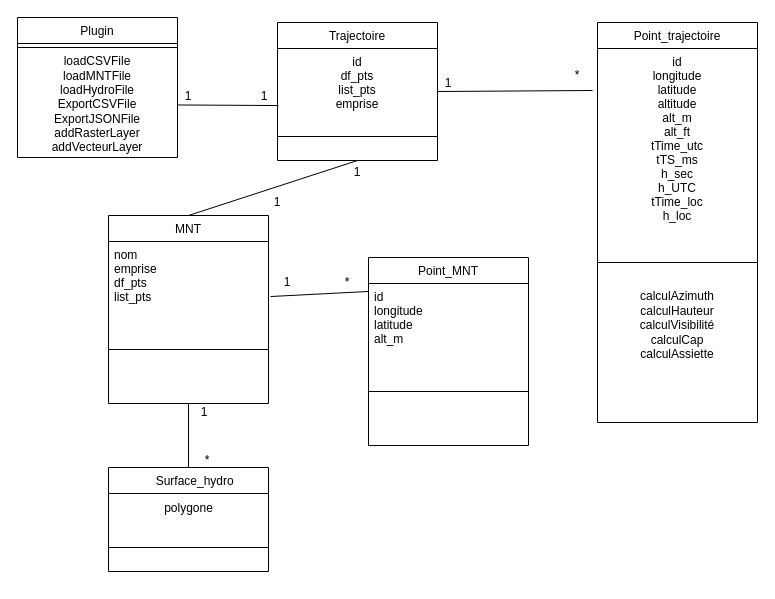
Before: Diagramme2classes.drawio in PaulCllch/BEA, a draw.io diagram. Source tidied: cells renumbered, new cells numbered last; positions are measured from the earlier drawing's top-left corner, leaving out a move shared by most shapes. Both pictures are drawn from the tidied source at 100%, with x=0, y=0 at pixel (17, 17).
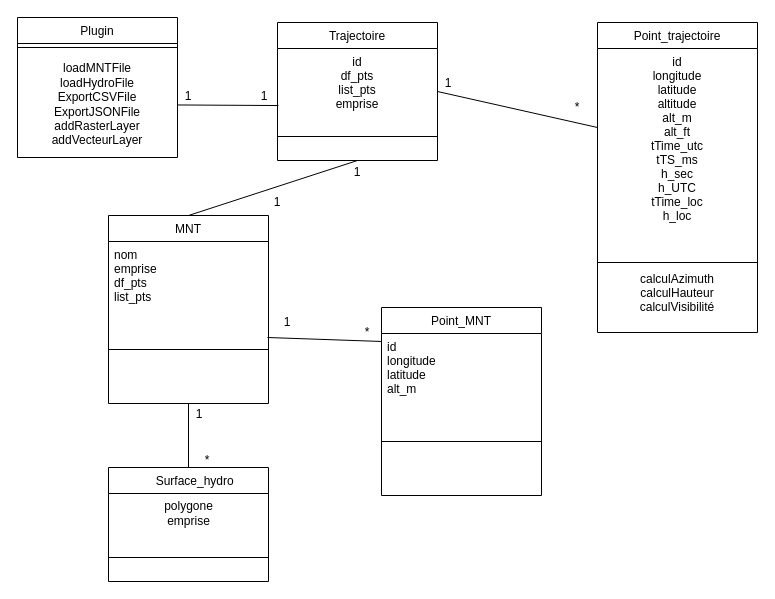
The same diagram, later.

Commit message:
Mettre à jour Diagramme2classes.drawio

Unchanged cells that the change refers to:
```xml
<mxCell id="6" value="nom&#10;emprise&#10;df_pts&#10;list_pts&#10;&#10;&#10;" style="text;align=left;verticalAlign=top;spacingLeft=4;spacingRight=4;overflow=hidden;points=[[0,0.5],[1,0.5]];portConstraint=eastwest;" parent="5" vertex="1">
  <mxGeometry y="26" width="160" height="84" as="geometry" />
</mxCell>
<mxCell id="9" value="id&#10;longitude&#10;latitude&#10;altitude&#10;alt_m&#10;alt_ft&#10;tTime_utc&#10;tTS_ms&#10;h_sec&#10;h_UTC&#10;tTime_loc&#10;h_loc" style="text;align=center;verticalAlign=top;spacingLeft=4;spacingRight=4;overflow=hidden;points=[[0,0.5],[1,0.5]];portConstraint=eastwest;" parent="8" vertex="1">
  <mxGeometry y="26" width="160" height="194" as="geometry" />
</mxCell>
<mxCell id="14" value="Plugin" style="swimlane;fontStyle=0;align=center;verticalAlign=top;horizontal=1;startSize=26;rounded=0;shadow=0;strokeWidth=1;" parent="1" vertex="1">
  <mxGeometry width="160" height="140" as="geometry" />
</mxCell>
<mxCell id="25" value="id&#10;longitude&#10;latitude&#10;alt_m&#10;" style="text;align=left;verticalAlign=top;spacingLeft=4;spacingRight=4;overflow=hidden;points=[[0,0.5],[1,0.5]];portConstraint=eastwest;" parent="24" vertex="1">
  <mxGeometry y="26" width="160" height="84" as="geometry" />
</mxCell>
```

What changed in the source:
```diff
@@
     <mxCell id="8" value="Point_trajectoire" style="swimlane;fontStyle=0;align=center;verticalAlign=top;horizontal=1;startSize=26;rounded=0;shadow=0;strokeWidth=1;" parent="1" vertex="1">
-      <mxGeometry x="580" y="5" width="160" height="400" as="geometry" />
+      <mxGeometry x="580" y="5" width="160" height="310" as="geometry" />
     </mxCell>
@@
-    <mxCell id="11" value="&lt;div&gt;calculAzimuth&lt;/div&gt;&lt;div&gt;calculHauteur&lt;/div&gt;&lt;div&gt;calculVisibilité&lt;br&gt;&lt;/div&gt;&lt;div&gt;calculCap&lt;/div&gt;&lt;div&gt;calculAssiette&lt;/div&gt;&lt;div&gt;&lt;br&gt;&lt;/div&gt;" style="text;html=1;align=center;verticalAlign=middle;whiteSpace=wrap;rounded=0;" parent="8" vertex="1">
-      <mxGeometry y="260" width="160" height="100" as="geometry" />
+    <mxCell id="11" value="&lt;div&gt;calculAzimuth&lt;/div&gt;&lt;div&gt;calculHauteur&lt;/div&gt;&lt;div&gt;calculVisibilité&lt;br&gt;&lt;/div&gt;&lt;div&gt;&lt;br&gt;&lt;/div&gt;&lt;div&gt;&lt;br&gt;&lt;/div&gt;" style="text;html=1;align=center;verticalAlign=middle;whiteSpace=wrap;rounded=0;" parent="8" vertex="1">
+      <mxGeometry y="260" width="160" height="50" as="geometry" />
     </mxCell>
@@
-    <mxCell id="16" value="&lt;div&gt;loadCSVFile&lt;/div&gt;&lt;div&gt;loadMNTFile&lt;/div&gt;&lt;div&gt;loadHydroFile&lt;br&gt;&lt;/div&gt;&lt;div&gt;ExportCSVFile&lt;/div&gt;&lt;div&gt;ExportJSONFile&lt;/div&gt;&lt;div&gt;addRasterLayer&lt;/div&gt;&lt;div&gt;addVecteurLayer&lt;br&gt;&lt;/div&gt;" style="text;html=1;align=center;verticalAlign=middle;whiteSpace=wrap;rounded=0;" parent="14" vertex="1">
+    <mxCell id="16" value="&lt;div&gt;&lt;span style=&quot;background-color: initial;&quot;&gt;loadMNTFile&lt;/span&gt;&lt;/div&gt;&lt;div&gt;loadHydroFile&lt;br&gt;&lt;/div&gt;&lt;div&gt;ExportCSVFile&lt;/div&gt;&lt;div&gt;ExportJSONFile&lt;/div&gt;&lt;div&gt;addRasterLayer&lt;/div&gt;&lt;div&gt;addVecteurLayer&lt;br&gt;&lt;/div&gt;" style="text;html=1;align=center;verticalAlign=middle;whiteSpace=wrap;rounded=0;" parent="14" vertex="1">
       <mxGeometry y="34" width="160" height="106" as="geometry" />
     </mxCell>
@@
-    <mxCell id="18" style="endArrow=none;html=1;rounded=0;entryX=0.75;entryY=1;entryDx=0;entryDy=0;" parent="1" edge="1" target="20">
+    <mxCell id="18" style="endArrow=none;html=1;rounded=0;" parent="1" edge="1" target="9">
       <mxGeometry relative="1" as="geometry">
         <mxPoint x="420" y="74" as="sourcePoint" />
       </mxGeometry>
     </mxCell>
@@
     <mxCell id="20" value="*" style="text;html=1;align=center;verticalAlign=middle;whiteSpace=wrap;rounded=0;" parent="1" vertex="1">
-      <mxGeometry x="530" y="43" width="60" height="30" as="geometry" />
+      <mxGeometry x="530" y="75" width="60" height="30" as="geometry" />
     </mxCell>
@@
     <mxCell id="24" value="Point_MNT" style="swimlane;fontStyle=0;align=center;verticalAlign=top;horizontal=1;startSize=26;rounded=0;shadow=0;strokeWidth=1;" parent="1" vertex="1">
-      <mxGeometry x="351" y="240" width="160" height="188" as="geometry" />
+      <mxGeometry x="364" y="290" width="160" height="188" as="geometry" />
     </mxCell>
@@
-    <mxCell id="27" style="endArrow=none;html=1;rounded=0;exitX=1.013;exitY=0.655;exitDx=0;exitDy=0;exitPerimeter=0;entryX=0;entryY=0.095;entryDx=0;entryDy=0;entryPerimeter=0;" parent="1" edge="1" source="6" target="25">
-      <mxGeometry relative="1" as="geometry" />
+    <mxCell id="27" style="endArrow=none;html=1;rounded=0;entryX=0;entryY=0.095;entryDx=0;entryDy=0;entryPerimeter=0;" parent="1" edge="1" target="25">
+      <mxGeometry relative="1" as="geometry">
+        <mxPoint x="250" y="320" as="sourcePoint" />
+      </mxGeometry>
     </mxCell>
     <mxCell id="28" value="1" style="text;html=1;align=center;verticalAlign=middle;whiteSpace=wrap;rounded=0;" parent="1" vertex="1">
-      <mxGeometry x="240" y="250" width="60" height="30" as="geometry" />
+      <mxGeometry x="240" y="290" width="60" height="30" as="geometry" />
     </mxCell>
     <mxCell id="29" value="*" style="text;html=1;align=center;verticalAlign=middle;whiteSpace=wrap;rounded=0;" parent="1" vertex="1">
-      <mxGeometry x="300" y="250" width="60" height="30" as="geometry" />
+      <mxGeometry x="320" y="300" width="60" height="30" as="geometry" />
     </mxCell>
     <mxCell id="30" value="    Surface_hydro" style="swimlane;fontStyle=0;align=center;verticalAlign=top;horizontal=1;startSize=26;rounded=0;shadow=0;strokeWidth=1;" parent="1" vertex="1">
-      <mxGeometry x="91" y="450" width="160" height="104" as="geometry" />
+      <mxGeometry x="91" y="450" width="160" height="114" as="geometry" />
     </mxCell>
-    <mxCell id="31" value="polygone" style="text;html=1;align=center;verticalAlign=middle;strokeColor=none;fillColor=none;" parent="30" vertex="1">
-      <mxGeometry y="26" width="160" height="30" as="geometry" />
+    <mxCell id="31" value="polygone&lt;div&gt;emprise&lt;/div&gt;" style="text;html=1;align=center;verticalAlign=middle;strokeColor=none;fillColor=none;" parent="30" vertex="1">
+      <mxGeometry y="26" width="160" height="40" as="geometry" />
     </mxCell>
     <mxCell id="32" style="line;html=1;strokeWidth=1;align=left;verticalAlign=middle;spacingTop=-1;spacingLeft=3;spacingRight=3;labelPosition=right;" parent="30" vertex="1">
-      <mxGeometry y="56" width="160" height="48" as="geometry" />
+      <mxGeometry y="66" width="160" height="48" as="geometry" />
     </mxCell>
@@
     <mxCell id="34" value="1" style="text;html=1;align=center;verticalAlign=middle;whiteSpace=wrap;rounded=0;" parent="1" vertex="1">
-      <mxGeometry x="157" y="380" width="60" height="30" as="geometry" />
+      <mxGeometry x="152" y="382" width="60" height="30" as="geometry" />
     </mxCell>
```
